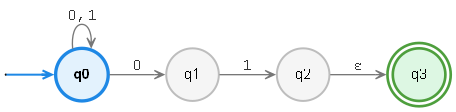
felipenegretevela-ui/implemetaci-n-de-m-todos keeps this Graphviz diagram as files/dfa.png. Above is the earlier version. Its source is kept beside it as files/dfa.dot.
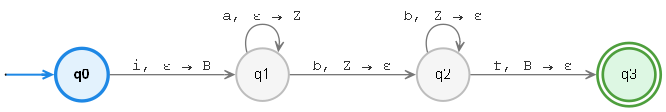
Later version of the same file.

Change to the diagram source:
```diff
@@ -10,8 +10,9 @@
   "q3" [shape=doublecircle, style=filled, fillcolor="#DDF7E3", color="#4E9F3D", penwidth=2];
 
   qi -> "q0" [color="#1E88E5", penwidth=1.5];
-  "q0" -> "q1" [label="0"];
-  "q0" -> "q0" [label="0,1"];
-  "q1" -> "q2" [label="1"];
-  "q2" -> "q3" [label="ε"];
+  "q0" -> "q1" [label="i, ε → B"];
+  "q1" -> "q1" [label="a, ε → Z"];
+  "q1" -> "q2" [label="b, Z → ε"];
+  "q2" -> "q3" [label="f, B → ε"];
+  "q2" -> "q2" [label="b, Z → ε"];
 }
```
